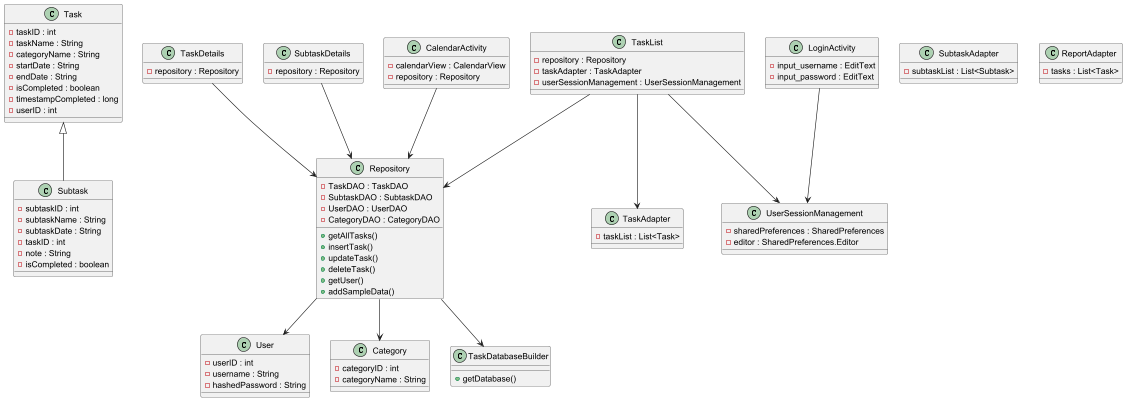
Earlier version of the PlantUML export docs/diagrams/diagram.png (kimberly-nguyense/Software-Engineering-Capstone).
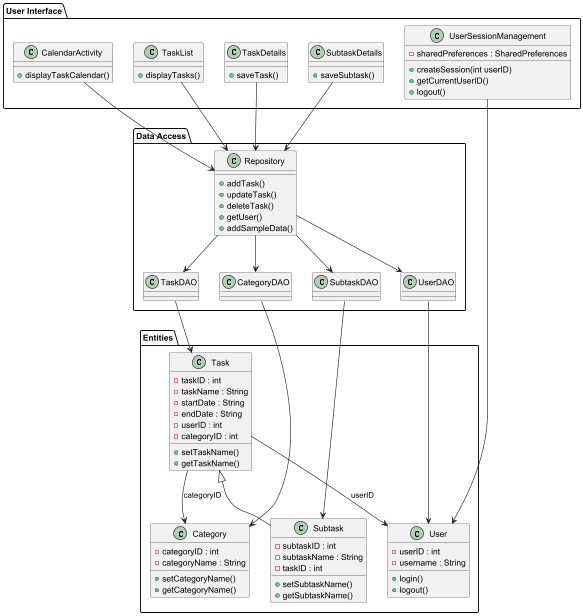
Later version of the same file.

Commit message:
Adjust Class Diagram

Diff of the diagram source:
```diff
@@ -1,104 +1,95 @@
 @startuml
 
-class Task {
-  - taskID : int
-  - taskName : String
-  - categoryName : String
-  - startDate : String
-  - endDate : String
-  - isCompleted : boolean
-  - timestampCompleted : long
-  - userID : int
+package "Entities" {
+    class Task {
+      - taskID : int
+      - taskName : String
+      - startDate : String
+      - endDate : String
+      - userID : int
+      - categoryID : int
+      + setTaskName()
+      + getTaskName()
+    }
+
+    class Subtask {
+      - subtaskID : int
+      - subtaskName : String
+      - taskID : int
+      + setSubtaskName()
+      + getSubtaskName()
+    }
+
+    class User {
+      - userID : int
+      - username : String
+      + login()
+      + logout()
+    }
+
+    class Category {
+      - categoryID : int
+      - categoryName : String
+      + setCategoryName()
+      + getCategoryName()
+    }
 }
 
-class Subtask {
-  - subtaskID : int
-  - subtaskName : String
-  - subtaskDate : String
-  - taskID : int
-  - note : String
-  - isCompleted : boolean
+package "Data Access" {
+    class TaskDAO {}
+    class SubtaskDAO {}
+    class UserDAO {}
+    class CategoryDAO {}
+
+    class Repository {
+      + addTask()
+      + updateTask()
+      + deleteTask()
+      + getUser()
+      + addSampleData()
+    }
 }
 
-class User {
-  - userID : int
-  - username : String
-  - hashedPassword : String
-}
+package "User Interface" {
+    class TaskList {
+      + displayTasks()
+    }
 
-class Category {
-  - categoryID : int
-  - categoryName : String
-}
+    class TaskDetails {
+      + saveTask()
+    }
 
-class Repository {
-  - TaskDAO : TaskDAO
-  - SubtaskDAO : SubtaskDAO
-  - UserDAO : UserDAO
-  - CategoryDAO : CategoryDAO
-  + getAllTasks()
-  + insertTask()
-  + updateTask()
-  + deleteTask()
-  + getUser()
-  + addSampleData()
-}
+    class SubtaskDetails {
+      + saveSubtask()
+    }
 
-class TaskDatabaseBuilder {
-  + getDatabase()
-}
+    class CalendarActivity {
+      + displayTaskCalendar()
+    }
 
-class TaskList {
-  - repository : Repository
-  - taskAdapter : TaskAdapter
-  - userSessionManagement : UserSessionManagement
-}
-
-class TaskDetails {
-  - repository : Repository
-}
-
-class SubtaskDetails {
-  - repository : Repository
-}
-
-class LoginActivity {
-  - input_username : EditText
-  - input_password : EditText
-}
-
-class CalendarActivity {
-  - calendarView : CalendarView
-  - repository : Repository
-}
-
-class TaskAdapter {
-  - taskList : List<Task>
-}
-
-class SubtaskAdapter {
-  - subtaskList : List<Subtask>
-}
-
-class ReportAdapter {
-  - tasks : List<Task>
-}
-
-class UserSessionManagement {
-  - sharedPreferences : SharedPreferences
-  - editor : SharedPreferences.Editor
+    class UserSessionManagement {
+      - sharedPreferences : SharedPreferences
+      + createSession(int userID)
+      + getCurrentUserID()
+      + logout()
+    }
 }
 
 Task <|-- Subtask
-Repository --> TaskDatabaseBuilder
-Repository --> User
-Repository --> Category
+TaskDAO --> Task
+SubtaskDAO --> Subtask
+UserDAO --> User
+CategoryDAO --> Category
+Repository --> TaskDAO
+Repository --> SubtaskDAO
+Repository --> UserDAO
+Repository --> CategoryDAO
 TaskList --> Repository
-TaskList --> TaskAdapter
-TaskList --> UserSessionManagement
 TaskDetails --> Repository
 SubtaskDetails --> Repository
 CalendarActivity --> Repository
-LoginActivity --> UserSessionManagement
+UserSessionManagement --> User
+Task --> User : "userID"
+Task --> Category : "categoryID"
 
 @enduml
```
